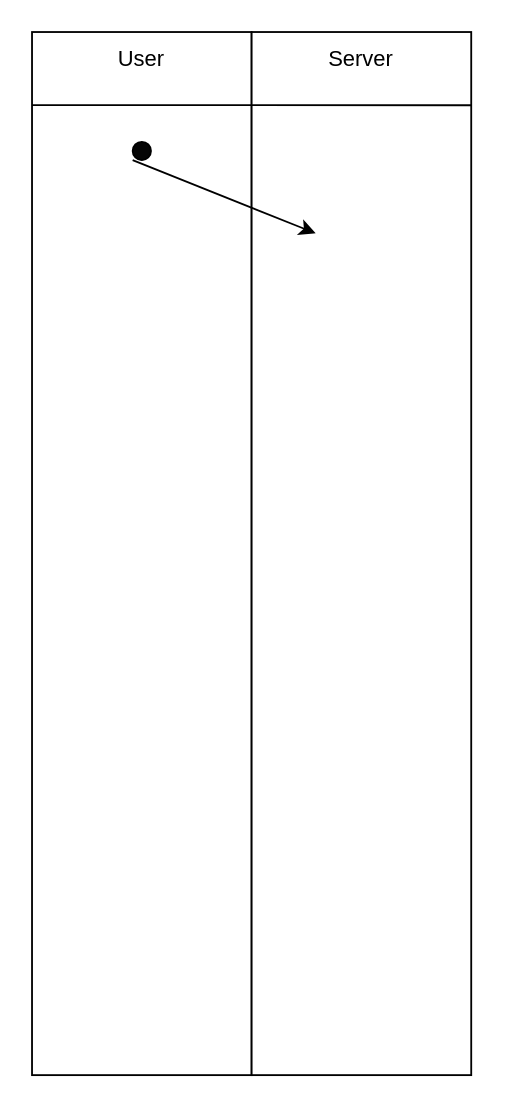
Minyahel/Assignment-1 keeps this draw.io diagram as Untitled Diagram.drawio. Above is the earlier version. Source tidied: cells renumbered, new cells numbered last; positions are measured from the earlier drawing's top-left corner, leaving out a move shared by most shapes. Both pictures are drawn from the tidied source at 183%, with x=0, y=0 at pixel (31, 31).
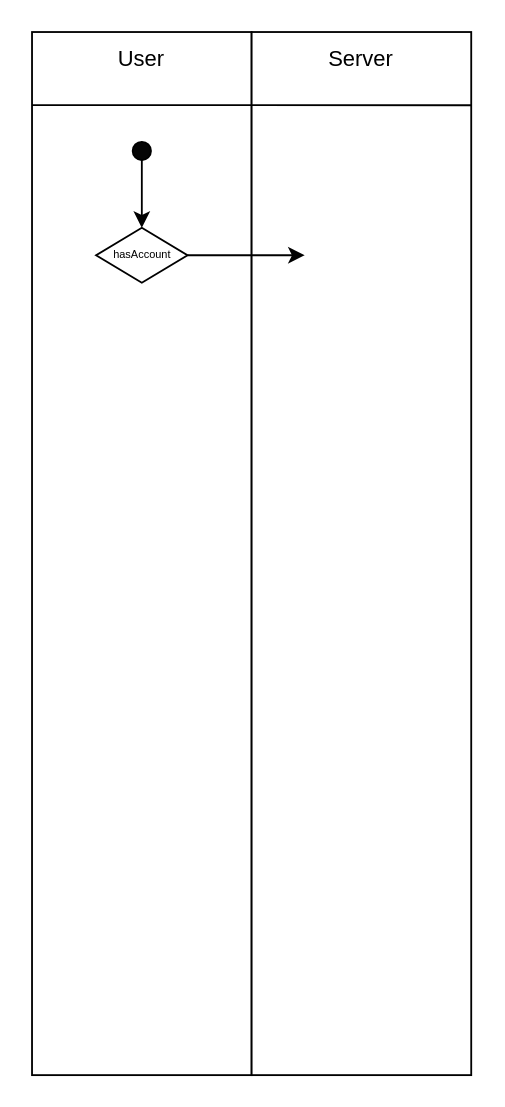
Above is the later version.

Diff of the diagram source:
```diff
@@
 <mxGraphModel>
   <root>
     <mxCell id="0" />
     <mxCell id="1" parent="0" />
     <mxCell id="2" style="rounded=0;whiteSpace=wrap;html=1;" parent="1" vertex="1">
       <mxGeometry width="120" height="570" as="geometry" />
     </mxCell>
     <mxCell id="3" style="rounded=0;whiteSpace=wrap;html=1;" parent="1" vertex="1">
       <mxGeometry x="120" width="120" height="570" as="geometry" />
     </mxCell>
     <mxCell id="4" value="User" style="text;html=1;strokeColor=none;fillColor=none;align=center;verticalAlign=middle;whiteSpace=wrap;rounded=0;" parent="1" vertex="1">
       <mxGeometry x="30" width="60" height="30" as="geometry" />
     </mxCell>
     <mxCell id="5" value="Server" style="text;html=1;strokeColor=none;fillColor=none;align=center;verticalAlign=middle;whiteSpace=wrap;rounded=0;" parent="1" vertex="1">
       <mxGeometry x="150" width="60" height="30" as="geometry" />
     </mxCell>
     <mxCell id="6" style="endArrow=none;html=1;rounded=0;exitX=0;exitY=0.07;exitDx=0;exitDy=0;exitPerimeter=0;" parent="1" edge="1" source="2">
       <mxGeometry relative="1" as="geometry">
         <mxPoint x="240" y="40" as="targetPoint" />
       </mxGeometry>
     </mxCell>
     <mxCell id="7" style="ellipse;whiteSpace=wrap;html=1;fillColor=#050505;" parent="1" vertex="1">
       <mxGeometry x="55" y="60" width="10" height="10" as="geometry" />
     </mxCell>
     <mxCell id="8" style="endArrow=classic;html=1;rounded=0;" parent="1" edge="1">
       <mxGeometry relative="1" as="geometry">
-        <mxPoint x="55" y="70" as="sourcePoint" />
-        <mxPoint x="155" y="110" as="targetPoint" />
+        <mxPoint x="60" y="70" as="sourcePoint" />
+        <mxPoint x="60" y="107" as="targetPoint" />
       </mxGeometry>
     </mxCell>
+    <mxCell id="9" style="rhombus;whiteSpace=wrap;html=1;fillColor=#FFFFFF;" parent="1" vertex="1">
+      <mxGeometry x="35" y="107" width="50" height="30" as="geometry" />
+    </mxCell>
+    <mxCell id="10" value="&lt;font style=&quot;font-size: 6px&quot;&gt;hasAccount&lt;/font&gt;" style="text;html=1;strokeColor=none;fillColor=none;align=center;verticalAlign=middle;whiteSpace=wrap;rounded=0;" parent="1" vertex="1">
+      <mxGeometry x="48" y="116" width="25" height="7" as="geometry" />
+    </mxCell>
+    <mxCell id="11" style="endArrow=classic;html=1;rounded=0;fontSize=6;exitX=1;exitY=0.5;exitDx=0;exitDy=0;" parent="1" edge="1" source="9">
+      <mxGeometry relative="1" as="geometry">
+        <mxPoint x="149" y="122" as="targetPoint" />
+      </mxGeometry>
+    </mxCell>
   </root>
 </mxGraphModel>
```
